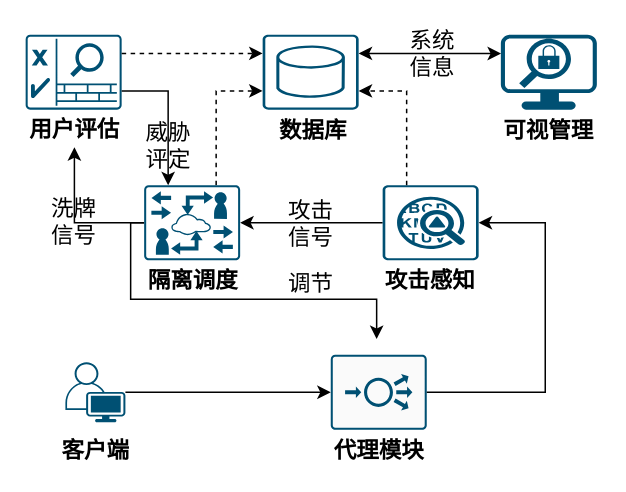
Above: 测试环境 copy.drawio in Norton-Lin/Picture (draw.io), before the change. Source tidied: cells renumbered, new cells numbered last; positions are measured from the earlier drawing's top-left corner, leaving out a move shared by most shapes. Both pictures are drawn from the tidied source at 150%, with x=0, y=0 at pixel (26, 30).
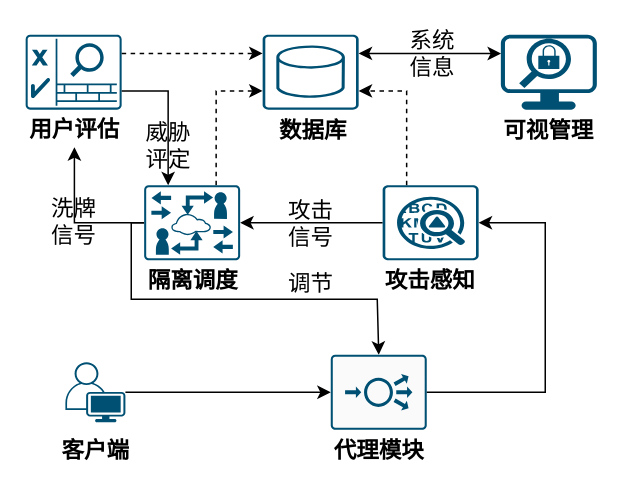
The same diagram, later.

Commit message (it also covers changes not shown here):
更新测试环境 copy.drawio

Unchanged cells that the change refers to:
```xml
<mxCell id="23" style="sketch=0;points=[[0.015,0.015,0],[0.985,0.015,0],[0.985,0.985,0],[0.015,0.985,0],[0.25,0,0],[0.5,0,0],[0.75,0,0],[1,0.25,0],[1,0.5,0],[1,0.75,0],[0.75,1,0],[0.5,1,0],[0.25,1,0],[0,0.75,0],[0,0.5,0],[0,0.25,0]];verticalLabelPosition=bottom;html=1;verticalAlign=top;align=center;shape=mxgraph.cisco19.rect;prIcon=video_gateway;fillColor=none;strokeColor=#005073;" parent="1" vertex="1">
  <mxGeometry x="78.6" y="103" width="64" height="50" as="geometry" />
</mxCell>
<mxCell id="26" style="sketch=0;points=[[0.015,0.015,0],[0.985,0.015,0],[0.985,0.985,0],[0.015,0.985,0],[0.25,0,0],[0.5,0,0],[0.75,0,0],[1,0.25,0],[1,0.5,0],[1,0.75,0],[0.75,1,0],[0.5,1,0],[0.25,1,0],[0,0.75,0],[0,0.5,0],[0,0.25,0]];verticalLabelPosition=bottom;html=1;verticalAlign=top;align=center;shape=mxgraph.cisco19.rect;prIcon=load_balancer;fillColor=#FAFAFA;strokeColor=#005073;" parent="1" vertex="1">
  <mxGeometry x="203" y="216" width="64" height="50" as="geometry" />
</mxCell>
```

The edit, as a diff of the source:
```diff
@@
-    <mxCell id="2" style="edgeStyle=orthogonalEdgeStyle;rounded=0;jettySize=auto;html=1;entryX=0.5;entryY=0;entryDx=0;entryDy=0;exitX=0;exitY=0.5;exitDx=0;exitDy=0;exitPerimeter=0;" parent="1" edge="1" source="23">
+    <mxCell id="2" style="edgeStyle=orthogonalEdgeStyle;rounded=0;jettySize=auto;html=1;entryX=0.5;entryY=0;entryDx=0;entryDy=0;exitX=0;exitY=0.5;exitDx=0;exitDy=0;exitPerimeter=0;entryPerimeter=0;" parent="1" edge="1" source="23" target="26">
       <mxGeometry relative="1" as="geometry">
-        <mxPoint x="233.6" y="205.5" as="targetPoint" />
         <Array as="points">
-          <mxPoint x="69.6" y="128" />
-          <mxPoint x="69.6" y="179" />
-          <mxPoint x="233.6" y="179" />
+          <mxPoint x="70" y="128" />
+          <mxPoint x="70" y="179" />
+          <mxPoint x="234" y="179" />
+          <mxPoint x="234" y="216" />
         </Array>
       </mxGeometry>
     </mxCell>
```
